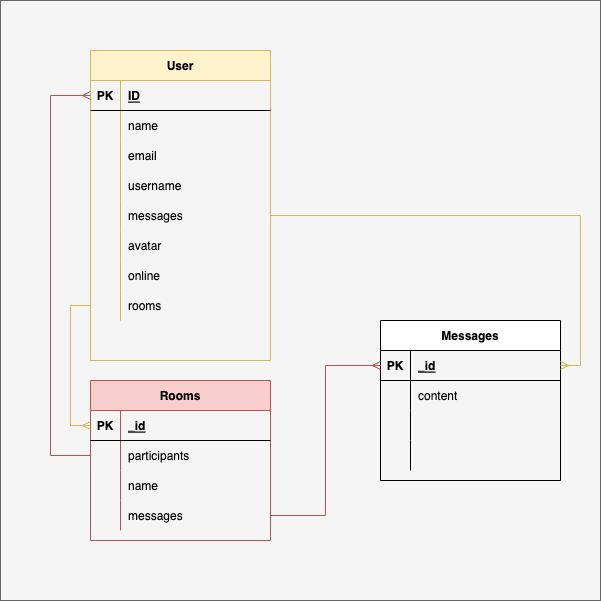
The draw.io diagram Untitled Diagram.drawio.png in xxmark10xx/p3server, before a commit. Source tidied: cells renumbered, new cells last; positions are measured from the earlier drawing's top-left corner, leaving out a move shared by most shapes. Source of this version:
```xml
<mxGraphModel>
  <root>
    <mxCell id="0" />
    <mxCell id="1" parent="0" />
    <mxCell id="2" style="whiteSpace=wrap;html=1;strokeColor=#666666;fillColor=#f5f5f5;fontColor=#333333;" parent="1" vertex="1">
      <mxGeometry width="600" height="600" as="geometry" />
    </mxCell>
    <mxCell id="3" value="User" style="shape=table;startSize=30;rowLines=0;fontStyle=1;align=center;fillColor=#fff2cc;strokeColor=#d6b656;" parent="1" vertex="1">
      <mxGeometry x="90" y="50" width="180" height="310" as="geometry" />
    </mxCell>
    <mxCell id="4" style="shape=tableRow;horizontal=0;startSize=0;swimlaneHead=0;swimlaneBody=0;fillColor=none;points=[[0,0.5],[1,0.5]];portConstraint=eastwest;top=0;left=0;right=0;bottom=1;" parent="3" vertex="1">
      <mxGeometry y="30" width="180" height="30" as="geometry" />
    </mxCell>
    <mxCell id="5" value="PK" style="shape=partialRectangle;fillColor=none;top=0;left=0;bottom=0;right=0;fontStyle=1;overflow=hidden;" parent="4" vertex="1">
      <mxGeometry width="30" height="30" as="geometry" />
    </mxCell>
    <mxCell id="6" value="ID" style="shape=partialRectangle;fillColor=none;top=0;left=0;bottom=0;right=0;align=left;spacingLeft=6;fontStyle=5;overflow=hidden;" parent="4" vertex="1">
      <mxGeometry x="30" width="150" height="30" as="geometry" />
    </mxCell>
    <mxCell id="7" style="shape=tableRow;horizontal=0;startSize=0;swimlaneHead=0;swimlaneBody=0;fillColor=none;top=0;left=0;right=0;bottom=0;" parent="3" vertex="1">
      <mxGeometry y="60" width="180" height="30" as="geometry" />
    </mxCell>
    <mxCell id="8" style="shape=partialRectangle;fillColor=none;top=0;left=0;bottom=0;right=0;overflow=hidden;" parent="7" vertex="1">
      <mxGeometry width="30" height="30" as="geometry" />
    </mxCell>
    <mxCell id="9" value="name" style="shape=partialRectangle;fillColor=none;top=0;left=0;bottom=0;right=0;align=left;spacingLeft=6;overflow=hidden;" parent="7" vertex="1">
      <mxGeometry x="30" width="150" height="30" as="geometry" />
    </mxCell>
    <mxCell id="10" style="shape=tableRow;horizontal=0;startSize=0;swimlaneHead=0;swimlaneBody=0;fillColor=none;top=0;left=0;right=0;bottom=0;" parent="3" vertex="1">
      <mxGeometry y="90" width="180" height="30" as="geometry" />
    </mxCell>
    <mxCell id="11" style="shape=partialRectangle;fillColor=none;top=0;left=0;bottom=0;right=0;overflow=hidden;" parent="10" vertex="1">
      <mxGeometry width="30" height="30" as="geometry" />
    </mxCell>
    <mxCell id="12" value="email" style="shape=partialRectangle;fillColor=none;top=0;left=0;bottom=0;right=0;align=left;spacingLeft=6;overflow=hidden;" parent="10" vertex="1">
      <mxGeometry x="30" width="150" height="30" as="geometry" />
    </mxCell>
    <mxCell id="13" style="shape=tableRow;horizontal=0;startSize=0;swimlaneHead=0;swimlaneBody=0;fillColor=none;top=0;left=0;right=0;bottom=0;" parent="3" vertex="1">
      <mxGeometry y="120" width="180" height="30" as="geometry" />
    </mxCell>
    <mxCell id="14" style="shape=partialRectangle;fillColor=none;top=0;left=0;bottom=0;right=0;overflow=hidden;" parent="13" vertex="1">
      <mxGeometry width="30" height="30" as="geometry" />
    </mxCell>
    <mxCell id="15" value="username" style="shape=partialRectangle;fillColor=none;top=0;left=0;bottom=0;right=0;align=left;spacingLeft=6;overflow=hidden;" parent="13" vertex="1">
      <mxGeometry x="30" width="150" height="30" as="geometry" />
    </mxCell>
    <mxCell id="16" style="shape=tableRow;horizontal=0;startSize=0;swimlaneHead=0;swimlaneBody=0;fillColor=none;points=[[0,0.5],[1,0.5]];portConstraint=eastwest;top=0;left=0;right=0;bottom=0;strokeColor=default;" parent="3" vertex="1">
      <mxGeometry y="150" width="180" height="30" as="geometry" />
    </mxCell>
    <mxCell id="17" style="shape=partialRectangle;fillColor=none;top=0;left=0;bottom=0;right=0;overflow=hidden;strokeColor=default;" parent="16" vertex="1">
      <mxGeometry width="30" height="30" as="geometry" />
    </mxCell>
    <mxCell id="18" value="messages" style="shape=partialRectangle;fillColor=none;top=0;left=0;bottom=0;right=0;align=left;spacingLeft=6;overflow=hidden;strokeColor=default;" parent="16" vertex="1">
      <mxGeometry x="30" width="150" height="30" as="geometry" />
    </mxCell>
    <mxCell id="19" style="shape=tableRow;horizontal=0;startSize=0;swimlaneHead=0;swimlaneBody=0;fillColor=none;top=0;left=0;right=0;bottom=0;strokeColor=default;" parent="3" vertex="1">
      <mxGeometry y="180" width="180" height="30" as="geometry" />
    </mxCell>
    <mxCell id="20" style="shape=partialRectangle;fillColor=none;top=0;left=0;bottom=0;right=0;fontStyle=0;overflow=hidden;strokeColor=default;" parent="19" vertex="1">
      <mxGeometry width="30" height="30" as="geometry" />
    </mxCell>
    <mxCell id="21" value="avatar" style="shape=partialRectangle;fillColor=none;top=0;left=0;bottom=0;right=0;align=left;spacingLeft=6;fontStyle=0;overflow=hidden;strokeColor=default;" parent="19" vertex="1">
      <mxGeometry x="30" width="150" height="30" as="geometry" />
    </mxCell>
    <mxCell id="22" style="shape=tableRow;horizontal=0;startSize=0;swimlaneHead=0;swimlaneBody=0;fillColor=none;top=0;left=0;right=0;bottom=0;strokeColor=default;" parent="3" vertex="1">
      <mxGeometry y="210" width="180" height="30" as="geometry" />
    </mxCell>
    <mxCell id="23" value="    " style="shape=partialRectangle;fillColor=none;top=0;left=0;bottom=0;right=0;fontStyle=0;overflow=hidden;strokeColor=default;" parent="22" vertex="1">
      <mxGeometry width="30" height="30" as="geometry" />
    </mxCell>
    <mxCell id="24" value="online" style="shape=partialRectangle;fillColor=none;top=0;left=0;bottom=0;right=0;align=left;spacingLeft=6;fontStyle=0;overflow=hidden;strokeColor=default;" parent="22" vertex="1">
      <mxGeometry x="30" width="150" height="30" as="geometry" />
    </mxCell>
    <mxCell id="25" style="shape=tableRow;horizontal=0;startSize=0;swimlaneHead=0;swimlaneBody=0;fillColor=none;points=[[0,0.5],[1,0.5]];portConstraint=eastwest;top=0;left=0;right=0;bottom=0;strokeColor=default;" parent="3" vertex="1">
      <mxGeometry y="240" width="180" height="30" as="geometry" />
    </mxCell>
    <mxCell id="26" style="shape=partialRectangle;fillColor=none;top=0;left=0;bottom=0;right=0;fontStyle=0;overflow=hidden;strokeColor=default;" parent="25" vertex="1">
      <mxGeometry width="30" height="30" as="geometry" />
    </mxCell>
    <mxCell id="27" value="rooms" style="shape=partialRectangle;fillColor=none;top=0;left=0;bottom=0;right=0;align=left;spacingLeft=6;fontStyle=0;overflow=hidden;strokeColor=default;" parent="25" vertex="1">
      <mxGeometry x="30" width="150" height="30" as="geometry" />
    </mxCell>
    <mxCell id="28" value="Messages" style="shape=table;startSize=30;rowLines=0;fontStyle=1;align=center;strokeColor=default;" parent="1" vertex="1">
      <mxGeometry x="380" y="320" width="180" height="160" as="geometry" />
    </mxCell>
    <mxCell id="29" style="shape=tableRow;horizontal=0;startSize=0;swimlaneHead=0;swimlaneBody=0;fillColor=none;points=[[0,0.5],[1,0.5]];portConstraint=eastwest;top=0;left=0;right=0;bottom=1;strokeColor=default;" parent="28" vertex="1">
      <mxGeometry y="30" width="180" height="30" as="geometry" />
    </mxCell>
    <mxCell id="30" value="PK" style="shape=partialRectangle;fillColor=none;top=0;left=0;bottom=0;right=0;fontStyle=1;overflow=hidden;strokeColor=default;" parent="29" vertex="1">
      <mxGeometry width="30" height="30" as="geometry" />
    </mxCell>
    <mxCell id="31" value="_id" style="shape=partialRectangle;fillColor=none;top=0;left=0;bottom=0;right=0;align=left;spacingLeft=6;fontStyle=5;overflow=hidden;strokeColor=default;" parent="29" vertex="1">
      <mxGeometry x="30" width="150" height="30" as="geometry" />
    </mxCell>
    <mxCell id="32" style="shape=tableRow;horizontal=0;startSize=0;swimlaneHead=0;swimlaneBody=0;fillColor=none;top=0;left=0;right=0;bottom=0;strokeColor=default;" parent="28" vertex="1">
      <mxGeometry y="60" width="180" height="30" as="geometry" />
    </mxCell>
    <mxCell id="33" style="shape=partialRectangle;fillColor=none;top=0;left=0;bottom=0;right=0;overflow=hidden;strokeColor=default;" parent="32" vertex="1">
      <mxGeometry width="30" height="30" as="geometry" />
    </mxCell>
    <mxCell id="34" value="content" style="shape=partialRectangle;fillColor=none;top=0;left=0;bottom=0;right=0;align=left;spacingLeft=6;overflow=hidden;strokeColor=default;" parent="32" vertex="1">
      <mxGeometry x="30" width="150" height="30" as="geometry" />
    </mxCell>
    <mxCell id="35" style="shape=tableRow;horizontal=0;startSize=0;swimlaneHead=0;swimlaneBody=0;fillColor=none;top=0;left=0;right=0;bottom=0;strokeColor=default;" parent="28" vertex="1">
      <mxGeometry y="90" width="180" height="30" as="geometry" />
    </mxCell>
    <mxCell id="36" style="shape=partialRectangle;fillColor=none;top=0;left=0;bottom=0;right=0;overflow=hidden;strokeColor=default;" parent="35" vertex="1">
      <mxGeometry width="30" height="30" as="geometry" />
    </mxCell>
    <mxCell id="37" style="shape=partialRectangle;fillColor=none;top=0;left=0;bottom=0;right=0;align=left;spacingLeft=6;overflow=hidden;strokeColor=default;" parent="35" vertex="1">
      <mxGeometry x="30" width="150" height="30" as="geometry" />
    </mxCell>
    <mxCell id="38" style="shape=tableRow;horizontal=0;startSize=0;swimlaneHead=0;swimlaneBody=0;fillColor=none;top=0;left=0;right=0;bottom=0;strokeColor=default;" parent="28" vertex="1">
      <mxGeometry y="120" width="180" height="30" as="geometry" />
    </mxCell>
    <mxCell id="39" style="shape=partialRectangle;fillColor=none;top=0;left=0;bottom=0;right=0;overflow=hidden;strokeColor=default;" parent="38" vertex="1">
      <mxGeometry width="30" height="30" as="geometry" />
    </mxCell>
    <mxCell id="40" style="shape=partialRectangle;fillColor=none;top=0;left=0;bottom=0;right=0;align=left;spacingLeft=6;overflow=hidden;strokeColor=default;" parent="38" vertex="1">
      <mxGeometry x="30" width="150" height="30" as="geometry" />
    </mxCell>
    <mxCell id="41" value="Rooms" style="shape=table;startSize=30;rowLines=0;fontStyle=1;align=center;strokeColor=#b85450;fillColor=#f8cecc;" parent="1" vertex="1">
      <mxGeometry x="90" y="380" width="180" height="160" as="geometry" />
    </mxCell>
    <mxCell id="42" style="shape=tableRow;horizontal=0;startSize=0;swimlaneHead=0;swimlaneBody=0;fillColor=none;points=[[0,0.5],[1,0.5]];portConstraint=eastwest;top=0;left=0;right=0;bottom=1;strokeColor=default;" parent="41" vertex="1">
      <mxGeometry y="30" width="180" height="30" as="geometry" />
    </mxCell>
    <mxCell id="43" value="PK" style="shape=partialRectangle;fillColor=none;top=0;left=0;bottom=0;right=0;fontStyle=1;overflow=hidden;strokeColor=default;" parent="42" vertex="1">
      <mxGeometry width="30" height="30" as="geometry" />
    </mxCell>
    <mxCell id="44" value="_id" style="shape=partialRectangle;fillColor=none;top=0;left=0;bottom=0;right=0;align=left;spacingLeft=6;fontStyle=5;overflow=hidden;strokeColor=default;" parent="42" vertex="1">
      <mxGeometry x="30" width="150" height="30" as="geometry" />
    </mxCell>
    <mxCell id="45" style="shape=tableRow;horizontal=0;startSize=0;swimlaneHead=0;swimlaneBody=0;fillColor=none;points=[[0,0.5],[1,0.5]];portConstraint=eastwest;top=0;left=0;right=0;bottom=0;strokeColor=default;" parent="41" vertex="1">
      <mxGeometry y="60" width="180" height="30" as="geometry" />
    </mxCell>
    <mxCell id="46" style="shape=partialRectangle;fillColor=none;top=0;left=0;bottom=0;right=0;overflow=hidden;strokeColor=default;" parent="45" vertex="1">
      <mxGeometry width="30" height="30" as="geometry" />
    </mxCell>
    <mxCell id="47" value="participants   " style="shape=partialRectangle;fillColor=none;top=0;left=0;bottom=0;right=0;align=left;spacingLeft=6;overflow=hidden;strokeColor=default;" parent="45" vertex="1">
      <mxGeometry x="30" width="150" height="30" as="geometry" />
    </mxCell>
    <mxCell id="48" style="shape=tableRow;horizontal=0;startSize=0;swimlaneHead=0;swimlaneBody=0;fillColor=none;top=0;left=0;right=0;bottom=0;strokeColor=default;" parent="41" vertex="1">
      <mxGeometry y="90" width="180" height="30" as="geometry" />
    </mxCell>
    <mxCell id="49" style="shape=partialRectangle;fillColor=none;top=0;left=0;bottom=0;right=0;overflow=hidden;strokeColor=default;" parent="48" vertex="1">
      <mxGeometry width="30" height="30" as="geometry" />
    </mxCell>
    <mxCell id="50" value="name" style="shape=partialRectangle;fillColor=none;top=0;left=0;bottom=0;right=0;align=left;spacingLeft=6;overflow=hidden;strokeColor=default;" parent="48" vertex="1">
      <mxGeometry x="30" width="150" height="30" as="geometry" />
    </mxCell>
    <mxCell id="51" style="shape=tableRow;horizontal=0;startSize=0;swimlaneHead=0;swimlaneBody=0;fillColor=none;points=[[0,0.5],[1,0.5]];portConstraint=eastwest;top=0;left=0;right=0;bottom=0;strokeColor=default;" parent="41" vertex="1">
      <mxGeometry y="120" width="180" height="30" as="geometry" />
    </mxCell>
    <mxCell id="52" style="shape=partialRectangle;fillColor=none;top=0;left=0;bottom=0;right=0;overflow=hidden;strokeColor=default;" parent="51" vertex="1">
      <mxGeometry width="30" height="30" as="geometry" />
    </mxCell>
    <mxCell id="53" value="messages" style="shape=partialRectangle;fillColor=none;top=0;left=0;bottom=0;right=0;align=left;spacingLeft=6;overflow=hidden;strokeColor=default;" parent="51" vertex="1">
      <mxGeometry x="30" width="150" height="30" as="geometry" />
    </mxCell>
    <mxCell id="54" style="edgeStyle=orthogonalEdgeStyle;rounded=0;jettySize=auto;html=1;exitX=1;exitY=0.5;exitDx=0;exitDy=0;entryX=0;entryY=0.5;entryDx=0;entryDy=0;startArrow=baseDash;startFill=0;endArrow=ERmany;endFill=0;fillColor=#f8cecc;strokeColor=#b85450;" parent="1" edge="1" source="51" target="29">
      <mxGeometry relative="1" as="geometry" />
    </mxCell>
    <mxCell id="55" style="edgeStyle=orthogonalEdgeStyle;rounded=0;jettySize=auto;html=1;entryX=1;entryY=0.5;entryDx=0;entryDy=0;startArrow=baseDash;startFill=0;endArrow=ERmany;endFill=0;fillColor=#fff2cc;strokeColor=#d6b656;" parent="1" edge="1" source="16" target="29">
      <mxGeometry relative="1" as="geometry" />
    </mxCell>
    <mxCell id="56" style="edgeStyle=orthogonalEdgeStyle;rounded=0;jettySize=auto;html=1;entryX=0;entryY=0.5;entryDx=0;entryDy=0;startArrow=baseDash;startFill=0;endArrow=ERmany;endFill=0;fillColor=#f8cecc;strokeColor=#b85450;" parent="1" edge="1" source="45" target="4">
      <mxGeometry relative="1" as="geometry">
        <Array as="points">
          <mxPoint x="50" y="455" />
          <mxPoint x="50" y="95" />
        </Array>
      </mxGeometry>
    </mxCell>
    <mxCell id="57" style="edgeStyle=orthogonalEdgeStyle;rounded=0;jettySize=auto;html=1;entryX=0;entryY=0.5;entryDx=0;entryDy=0;startArrow=baseDash;startFill=0;endArrow=ERmany;endFill=0;fillColor=#fff2cc;strokeColor=#d6b656;" parent="1" edge="1" source="25" target="42">
      <mxGeometry relative="1" as="geometry">
        <Array as="points">
          <mxPoint x="70" y="305" />
          <mxPoint x="70" y="425" />
        </Array>
      </mxGeometry>
    </mxCell>
  </root>
</mxGraphModel>
```
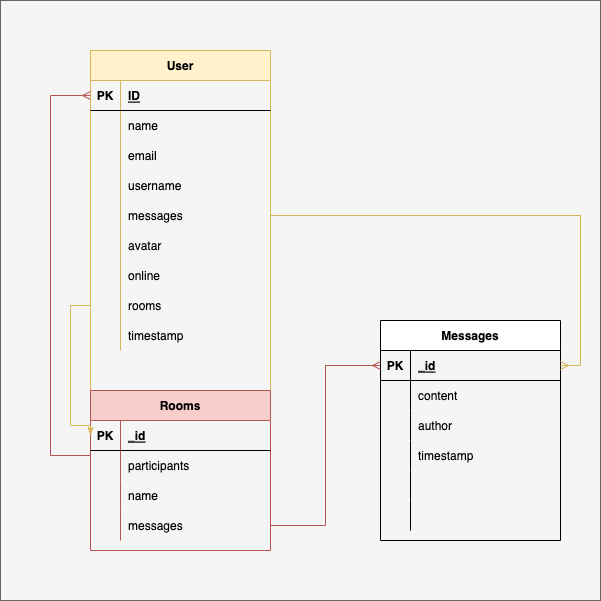
The same file after the commit.

Change to the diagram source:
```diff
@@ -6,7 +6,7 @@
       <mxGeometry width="600" height="600" as="geometry" />
     </mxCell>
     <mxCell id="3" value="User" style="shape=table;startSize=30;rowLines=0;fontStyle=1;align=center;fillColor=#fff2cc;strokeColor=#d6b656;" parent="1" vertex="1">
-      <mxGeometry x="90" y="50" width="180" height="310" as="geometry" />
+      <mxGeometry x="90" y="50" width="180" height="340" as="geometry" />
     </mxCell>
     <mxCell id="4" style="shape=tableRow;horizontal=0;startSize=0;swimlaneHead=0;swimlaneBody=0;fillColor=none;points=[[0,0.5],[1,0.5]];portConstraint=eastwest;top=0;left=0;right=0;bottom=1;" parent="3" vertex="1">
       <mxGeometry y="30" width="180" height="30" as="geometry" />
@@ -80,8 +80,17 @@
     <mxCell id="27" value="rooms" style="shape=partialRectangle;fillColor=none;top=0;left=0;bottom=0;right=0;align=left;spacingLeft=6;fontStyle=0;overflow=hidden;strokeColor=default;" parent="25" vertex="1">
       <mxGeometry x="30" width="150" height="30" as="geometry" />
     </mxCell>
+    <mxCell id="58" style="shape=tableRow;horizontal=0;startSize=0;swimlaneHead=0;swimlaneBody=0;fillColor=none;top=0;left=0;right=0;bottom=0;" parent="3" vertex="1">
+      <mxGeometry y="270" width="180" height="30" as="geometry" />
+    </mxCell>
+    <mxCell id="59" style="shape=partialRectangle;fillColor=none;top=0;left=0;bottom=0;right=0;overflow=hidden;" parent="58" vertex="1">
+      <mxGeometry width="30" height="30" as="geometry" />
+    </mxCell>
+    <mxCell id="60" value="timestamp" style="shape=partialRectangle;fillColor=none;top=0;left=0;bottom=0;right=0;align=left;spacingLeft=6;overflow=hidden;" parent="58" vertex="1">
+      <mxGeometry x="30" width="150" height="30" as="geometry" />
+    </mxCell>
     <mxCell id="28" value="Messages" style="shape=table;startSize=30;rowLines=0;fontStyle=1;align=center;strokeColor=default;" parent="1" vertex="1">
-      <mxGeometry x="380" y="320" width="180" height="160" as="geometry" />
+      <mxGeometry x="380" y="320" width="180" height="220" as="geometry" />
     </mxCell>
     <mxCell id="29" style="shape=tableRow;horizontal=0;startSize=0;swimlaneHead=0;swimlaneBody=0;fillColor=none;points=[[0,0.5],[1,0.5]];portConstraint=eastwest;top=0;left=0;right=0;bottom=1;strokeColor=default;" parent="28" vertex="1">
       <mxGeometry y="30" width="180" height="30" as="geometry" />
@@ -101,8 +110,26 @@
     <mxCell id="34" value="content" style="shape=partialRectangle;fillColor=none;top=0;left=0;bottom=0;right=0;align=left;spacingLeft=6;overflow=hidden;strokeColor=default;" parent="32" vertex="1">
       <mxGeometry x="30" width="150" height="30" as="geometry" />
     </mxCell>
+    <mxCell id="61" style="shape=tableRow;horizontal=0;startSize=0;swimlaneHead=0;swimlaneBody=0;fillColor=none;top=0;left=0;right=0;bottom=0;" parent="28" vertex="1">
+      <mxGeometry y="90" width="180" height="30" as="geometry" />
+    </mxCell>
+    <mxCell id="62" style="shape=partialRectangle;fillColor=none;top=0;left=0;bottom=0;right=0;overflow=hidden;" parent="61" vertex="1">
+      <mxGeometry width="30" height="30" as="geometry" />
+    </mxCell>
+    <mxCell id="63" value="author" style="shape=partialRectangle;fillColor=none;top=0;left=0;bottom=0;right=0;align=left;spacingLeft=6;overflow=hidden;" parent="61" vertex="1">
+      <mxGeometry x="30" width="150" height="30" as="geometry" />
+    </mxCell>
+    <mxCell id="64" style="shape=tableRow;horizontal=0;startSize=0;swimlaneHead=0;swimlaneBody=0;fillColor=none;top=0;left=0;right=0;bottom=0;" parent="28" vertex="1">
+      <mxGeometry y="120" width="180" height="30" as="geometry" />
+    </mxCell>
+    <mxCell id="65" style="shape=partialRectangle;fillColor=none;top=0;left=0;bottom=0;right=0;overflow=hidden;" parent="64" vertex="1">
+      <mxGeometry width="30" height="30" as="geometry" />
+    </mxCell>
+    <mxCell id="66" value="timestamp" style="shape=partialRectangle;fillColor=none;top=0;left=0;bottom=0;right=0;align=left;spacingLeft=6;overflow=hidden;" parent="64" vertex="1">
+      <mxGeometry x="30" width="150" height="30" as="geometry" />
+    </mxCell>
     <mxCell id="35" style="shape=tableRow;horizontal=0;startSize=0;swimlaneHead=0;swimlaneBody=0;fillColor=none;top=0;left=0;right=0;bottom=0;strokeColor=default;" parent="28" vertex="1">
-      <mxGeometry y="90" width="180" height="30" as="geometry" />
+      <mxGeometry y="150" width="180" height="30" as="geometry" />
     </mxCell>
     <mxCell id="36" style="shape=partialRectangle;fillColor=none;top=0;left=0;bottom=0;right=0;overflow=hidden;strokeColor=default;" parent="35" vertex="1">
       <mxGeometry width="30" height="30" as="geometry" />
@@ -111,7 +138,7 @@
       <mxGeometry x="30" width="150" height="30" as="geometry" />
     </mxCell>
     <mxCell id="38" style="shape=tableRow;horizontal=0;startSize=0;swimlaneHead=0;swimlaneBody=0;fillColor=none;top=0;left=0;right=0;bottom=0;strokeColor=default;" parent="28" vertex="1">
-      <mxGeometry y="120" width="180" height="30" as="geometry" />
+      <mxGeometry y="180" width="180" height="30" as="geometry" />
     </mxCell>
     <mxCell id="39" style="shape=partialRectangle;fillColor=none;top=0;left=0;bottom=0;right=0;overflow=hidden;strokeColor=default;" parent="38" vertex="1">
       <mxGeometry width="30" height="30" as="geometry" />
@@ -120,7 +147,7 @@
       <mxGeometry x="30" width="150" height="30" as="geometry" />
     </mxCell>
     <mxCell id="41" value="Rooms" style="shape=table;startSize=30;rowLines=0;fontStyle=1;align=center;strokeColor=#b85450;fillColor=#f8cecc;" parent="1" vertex="1">
-      <mxGeometry x="90" y="380" width="180" height="160" as="geometry" />
+      <mxGeometry x="90" y="390" width="180" height="160" as="geometry" />
     </mxCell>
     <mxCell id="42" style="shape=tableRow;horizontal=0;startSize=0;swimlaneHead=0;swimlaneBody=0;fillColor=none;points=[[0,0.5],[1,0.5]];portConstraint=eastwest;top=0;left=0;right=0;bottom=1;strokeColor=default;" parent="41" vertex="1">
       <mxGeometry y="30" width="180" height="30" as="geometry" />
@@ -172,7 +199,7 @@
         </Array>
       </mxGeometry>
     </mxCell>
-    <mxCell id="57" style="edgeStyle=orthogonalEdgeStyle;rounded=0;jettySize=auto;html=1;entryX=0;entryY=0.5;entryDx=0;entryDy=0;startArrow=baseDash;startFill=0;endArrow=ERmany;endFill=0;fillColor=#fff2cc;strokeColor=#d6b656;" parent="1" edge="1" source="25" target="42">
+    <mxCell id="57" style="edgeStyle=orthogonalEdgeStyle;rounded=0;jettySize=auto;html=1;entryX=0;entryY=0.5;entryDx=0;entryDy=0;startArrow=none;startFill=0;endArrow=classicThin;endFill=1;fillColor=#fff2cc;strokeColor=#d6b656;" parent="1" edge="1" source="25" target="42">
       <mxGeometry relative="1" as="geometry">
         <Array as="points">
           <mxPoint x="70" y="305" />
```
